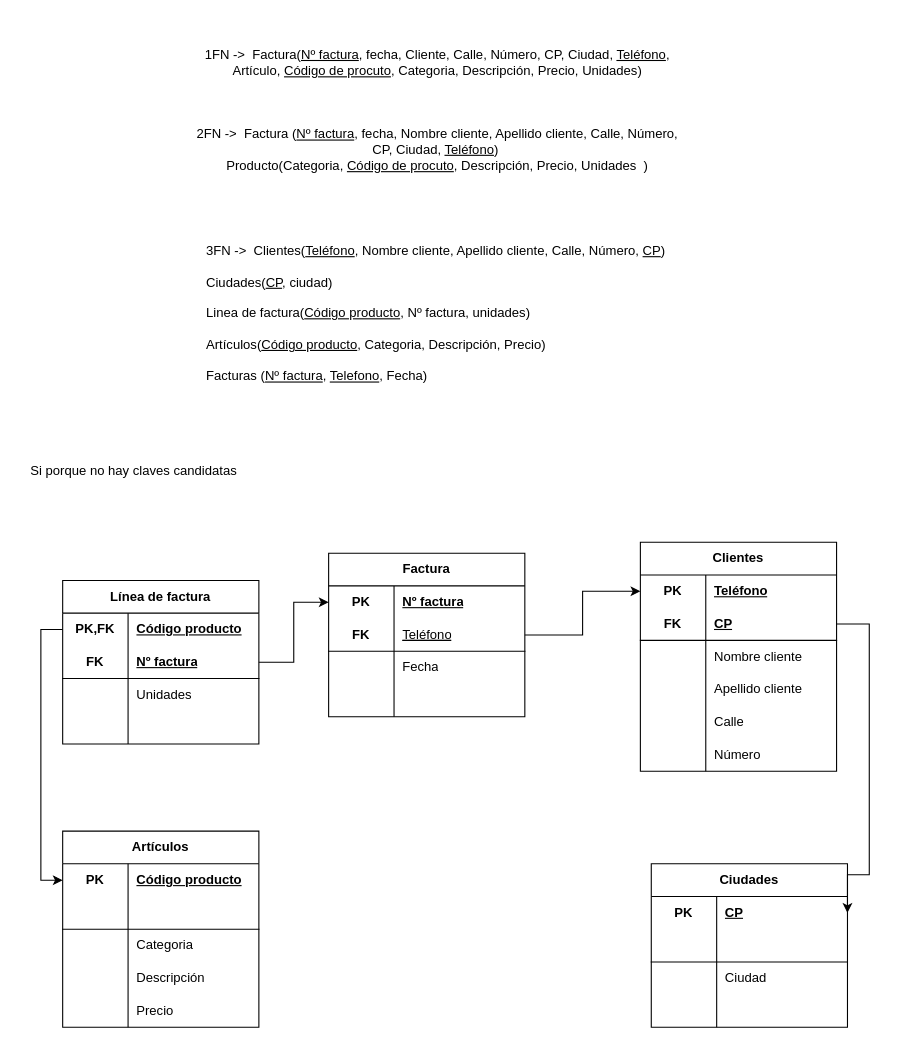
FelixRN/DAW25 keeps this draw.io diagram as BB_DD/Ejercicio_practica_obligatoria_BBDD.drawio. Above is the earlier version. Source tidied: cells renumbered, new cells numbered last; positions are measured from the earlier drawing's top-left corner, leaving out a move shared by most shapes. Both pictures are drawn from the tidied source at 109%, with x=0, y=0 at pixel (19, 19).
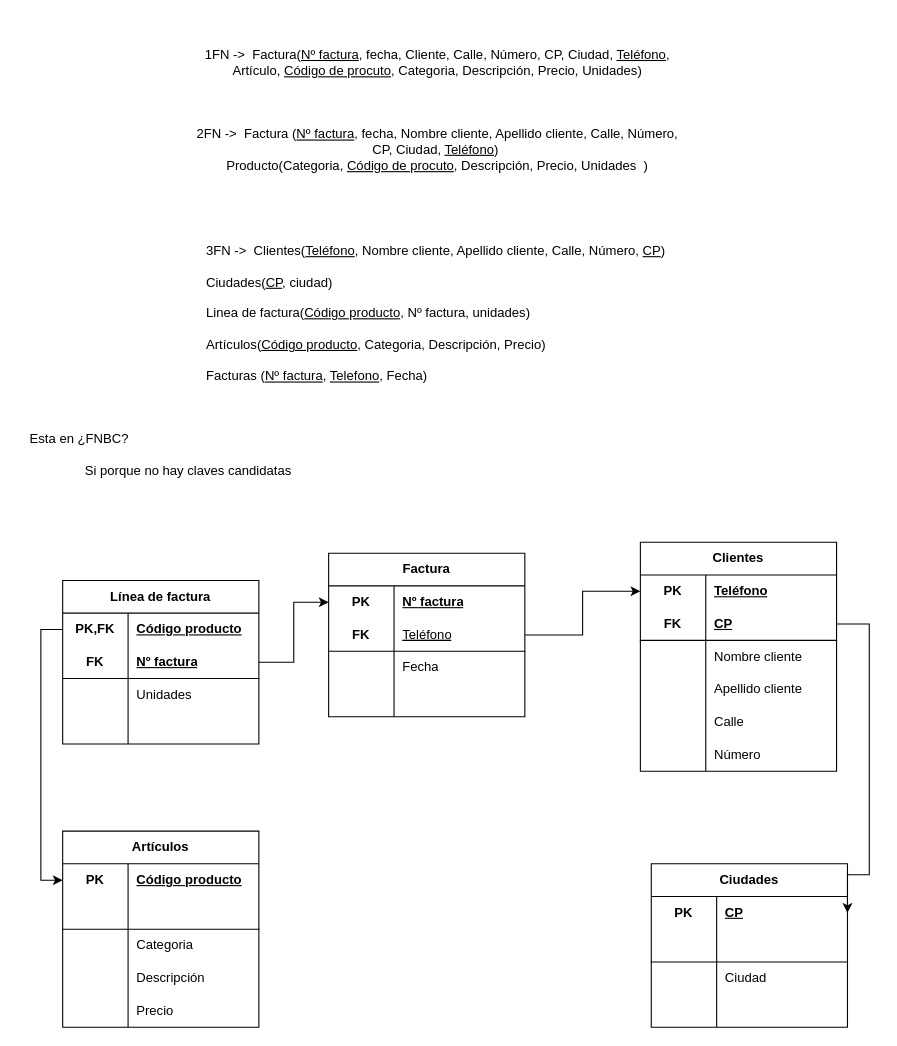
The same diagram, later.

Diff of the diagram source:
```diff
@@
     <mxCell id="5" value="Si porque no hay claves candidatas" style="text;html=1;align=center;verticalAlign=middle;strokeColor=none;fillColor=none;" parent="1" vertex="1">
-      <mxGeometry y="400" width="210" height="30" as="geometry" />
+      <mxGeometry x="50" y="400" width="210" height="30" as="geometry" />
     </mxCell>
@@
+    <mxCell id="84" value="Esta en ¿FNBC?" style="text;html=1;align=center;verticalAlign=middle;strokeColor=none;fillColor=none;" parent="1" vertex="1">
+      <mxGeometry y="370" width="110" height="30" as="geometry" />
+    </mxCell>
```
